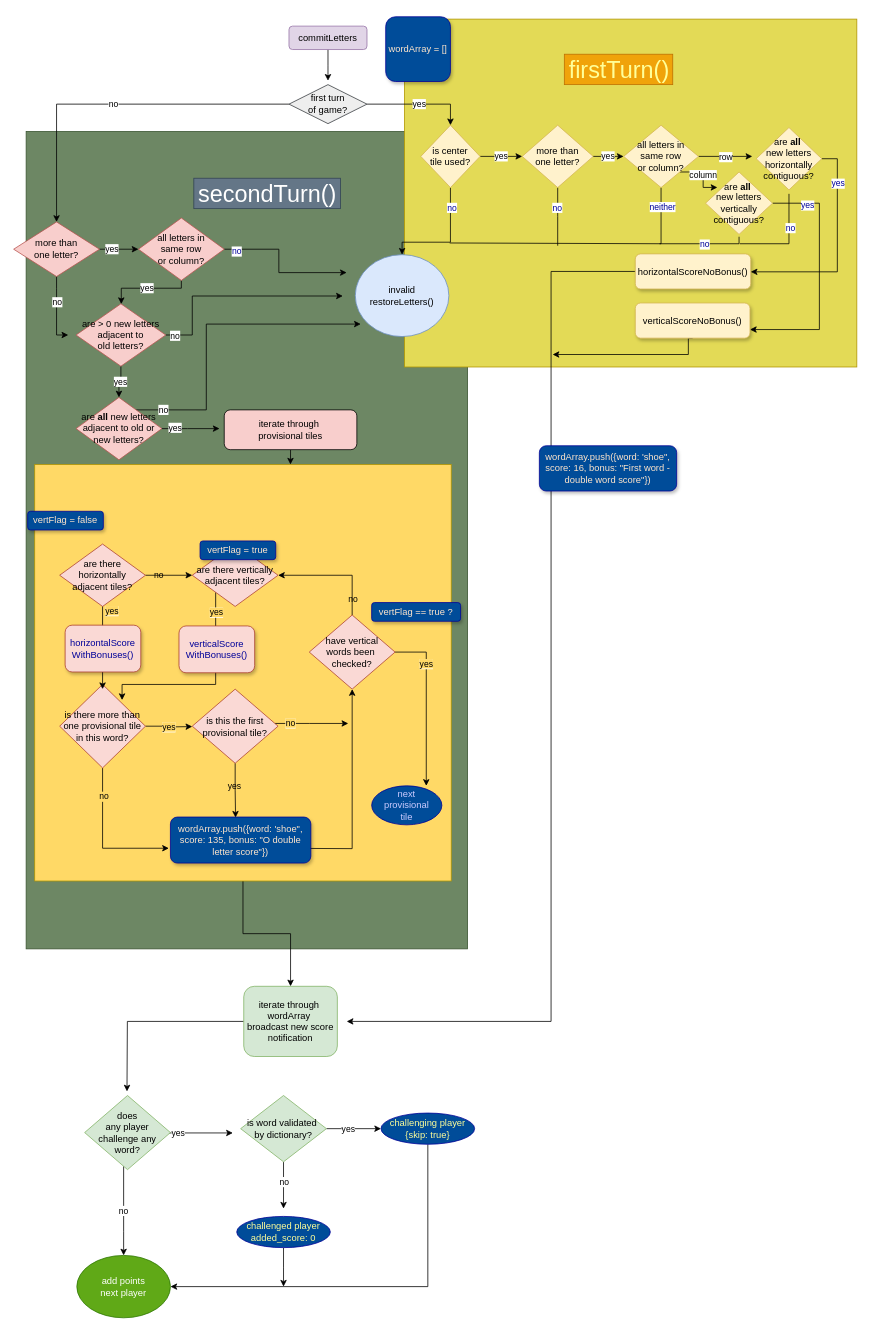
Before: scrooble_scoring.drawio in davebenjoya/scrooble, a draw.io diagram. Source tidied: cells renumbered, new cells numbered last; positions are measured from the earlier drawing's top-left corner, leaving out a move shared by most shapes. Both pictures are drawn from the tidied source at 78%, with x=0, y=0 at pixel (13, 16).
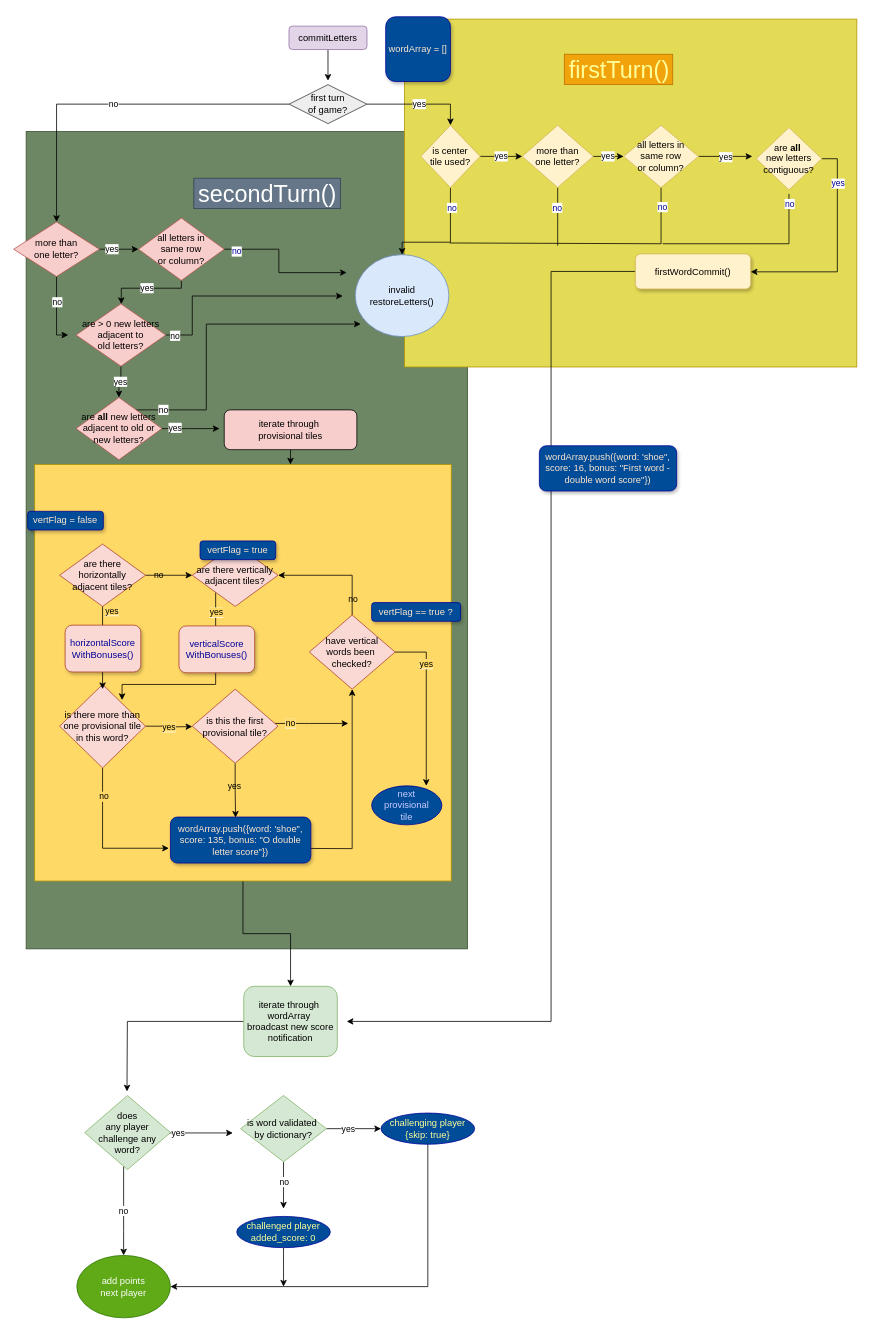
The same page after the edit.

Unchanged cells that the change refers to:
```xml
<mxCell id="34" style="edgeStyle=orthogonalEdgeStyle;rounded=0;jettySize=auto;html=1;endArrow=none;endFill=0;fillColor=#00FFFF;gradientColor=#9933FF;fontColor=#000099;" parent="1" edge="1" source="36">
  <mxGeometry relative="1" as="geometry">
    <mxPoint x="559" y="290" as="targetPoint" />
    <Array as="points">
      <mxPoint x="830" y="291" />
    </Array>
  </mxGeometry>
</mxCell>
<mxCell id="36" value="all letters in&lt;br&gt;same row&lt;br&gt;or column?" style="rhombus;whiteSpace=wrap;html=1;fillColor=#fff2cc;strokeColor=#d6b656;" parent="1" vertex="1">
  <mxGeometry x="782" y="139" width="96" height="80" as="geometry" />
</mxCell>
```

Change to the diagram source:
```diff
@@
-    <mxCell id="32" value="row" style="edgeStyle=orthogonalEdgeStyle;rounded=0;jettySize=auto;html=1;exitX=1;exitY=0.5;exitDx=0;exitDy=0;startArrow=none;startFill=0;endArrow=classic;endFill=1;" parent="1" edge="1" source="36">
+    <mxCell id="32" value="yes" style="edgeStyle=orthogonalEdgeStyle;rounded=0;jettySize=auto;html=1;exitX=1;exitY=0.5;exitDx=0;exitDy=0;startArrow=none;startFill=0;endArrow=classic;endFill=1;" parent="1" edge="1" source="36">
       <mxGeometry relative="1" as="geometry">
         <mxPoint x="947" y="179" as="targetPoint" />
       </mxGeometry>
     </mxCell>
-    <mxCell id="33" value="column" style="edgeStyle=orthogonalEdgeStyle;rounded=0;jettySize=auto;html=1;exitX=1;exitY=1;exitDx=0;exitDy=0;endArrow=classic;endFill=1;fillColor=#00FFFF;gradientColor=#9933FF;" parent="1" edge="1" source="36">
-      <mxGeometry relative="1" as="geometry">
-        <mxPoint x="902.2" y="218.8" as="targetPoint" />
-        <Array as="points">
-          <mxPoint x="884" y="199" />
-          <mxPoint x="884" y="219" />
-        </Array>
-      </mxGeometry>
-    </mxCell>
@@
-    <mxCell id="35" value="neither" style="edgeLabel;html=1;align=center;verticalAlign=middle;fontColor=#000099;" parent="34" vertex="1">
+    <mxCell id="35" value="no" style="edgeLabel;html=1;align=center;verticalAlign=middle;fontColor=#000099;" parent="34" vertex="1">
       <mxGeometry x="-0.92" y="1" relative="1" as="geometry">
         <mxPoint y="10" as="offset" />
       </mxGeometry>
     </mxCell>
@@
-    <mxCell id="41" style="edgeStyle=orthogonalEdgeStyle;rounded=0;orthogonalLoop=1;jettySize=auto;html=1;exitX=0.5;exitY=1;exitDx=0;exitDy=0;endArrow=none;endFill=0;fillColor=#00FFFF;gradientColor=#9933FF;fontColor=#000099;" parent="1" edge="1">
-      <mxGeometry relative="1" as="geometry">
-        <mxPoint x="930" y="282" as="sourcePoint" />
-        <mxPoint x="828" y="291" as="targetPoint" />
-        <Array as="points">
-          <mxPoint x="930" y="291" />
-        </Array>
-      </mxGeometry>
-    </mxCell>
-    <mxCell id="42" value="no" style="edgeLabel;html=1;align=center;verticalAlign=middle;fontColor=#000099;" parent="41" vertex="1">
-      <mxGeometry x="-0.02" relative="1" as="geometry" />
-    </mxCell>
-    <mxCell id="43" style="edgeStyle=orthogonalEdgeStyle;rounded=0;jettySize=auto;html=1;endArrow=classic;endFill=1;fillColor=#00FFFF;gradientColor=#9933FF;fontColor=#000099;" parent="1" edge="1" source="45" target="91">
-      <mxGeometry relative="1" as="geometry">
-        <Array as="points">
-          <mxPoint x="1033" y="239" />
-          <mxPoint x="1033" y="401" />
-        </Array>
-      </mxGeometry>
-    </mxCell>
-    <mxCell id="44" value="yes" style="edgeLabel;html=1;align=center;verticalAlign=middle;fontColor=#000099;" parent="43" vertex="1">
-      <mxGeometry x="-0.72" y="-2" relative="1" as="geometry" />
-    </mxCell>
-    <mxCell id="45" value="are&amp;nbsp;&lt;b&gt;all&lt;/b&gt;&amp;nbsp;&lt;br&gt;new letters&lt;br&gt;vertically&lt;br&gt;contiguous?" style="rhombus;whiteSpace=wrap;html=1;fillColor=#fff2cc;strokeColor=#d6b656;" parent="1" vertex="1">
-      <mxGeometry x="887" y="199" width="86" height="80" as="geometry" />
-    </mxCell>
@@
-    <mxCell id="89" value="&lt;font&gt;horizontalScoreNoBonus()&lt;/font&gt;" style="rounded=1;whiteSpace=wrap;html=1;shadow=1;glass=0;sketch=0;strokeColor=#d6b656;fillColor=#fff2cc;" parent="1" vertex="1">
+    <mxCell id="89" value="&lt;font&gt;firstWordCommit()&lt;/font&gt;" style="rounded=1;whiteSpace=wrap;html=1;shadow=1;glass=0;sketch=0;strokeColor=#d6b656;fillColor=#fff2cc;" parent="1" vertex="1">
       <mxGeometry x="797" y="304" width="148" height="45" as="geometry" />
     </mxCell>
-    <mxCell id="90" style="edgeStyle=orthogonalEdgeStyle;rounded=0;jettySize=auto;html=1;exitX=0.5;exitY=1;exitDx=0;exitDy=0;endArrow=classic;endFill=1;fillColor=#00FFFF;gradientColor=#9933FF;fontColor=#000099;" parent="1" edge="1" source="91">
-      <mxGeometry relative="1" as="geometry">
-        <mxPoint x="691" y="433" as="targetPoint" />
-        <Array as="points">
-          <mxPoint x="865" y="412" />
-          <mxPoint x="865" y="433" />
-          <mxPoint x="691" y="433" />
-        </Array>
-      </mxGeometry>
-    </mxCell>
-    <mxCell id="91" value="&lt;font&gt;verticalScoreNoBonus()&lt;/font&gt;" style="rounded=1;whiteSpace=wrap;html=1;shadow=1;glass=0;sketch=0;strokeColor=#d6b656;fillColor=#fff2cc;" parent="1" vertex="1">
-      <mxGeometry x="797" y="367" width="147" height="45" as="geometry" />
-    </mxCell>
     <mxCell id="92" style="edgeStyle=orthogonalEdgeStyle;rounded=0;orthogonalLoop=1;jettySize=auto;html=1;endArrow=none;endFill=0;fillColor=#00FFFF;gradientColor=#9933FF;fontColor=#000099;" parent="1" edge="1">
       <mxGeometry relative="1" as="geometry">
         <mxPoint x="994" y="227" as="sourcePoint" />
-        <mxPoint x="931" y="291" as="targetPoint" />
+        <mxPoint x="832" y="291" as="targetPoint" />
         <Array as="points">
           <mxPoint x="994" y="291" />
         </Array>
       </mxGeometry>
     </mxCell>
     <mxCell id="93" value="no" style="edgeLabel;html=1;align=center;verticalAlign=middle;fontColor=#000099;" parent="92" vertex="1">
-      <mxGeometry x="-0.33" y="1" relative="1" as="geometry" />
+      <mxGeometry x="-0.33" y="1" relative="1" as="geometry">
+        <mxPoint x="12" y="-53" as="offset" />
+      </mxGeometry>
     </mxCell>
@@
-    <mxCell id="96" value="are&amp;nbsp;&lt;b&gt;all&lt;/b&gt;&amp;nbsp;&lt;br&gt;new letters&lt;br&gt;horizontally&lt;br&gt;contiguous?" style="rhombus;whiteSpace=wrap;html=1;fillColor=#fff2cc;strokeColor=#d6b656;" parent="1" vertex="1">
+    <mxCell id="96" value="are&amp;nbsp;&lt;b&gt;all&lt;/b&gt;&amp;nbsp;&lt;br&gt;new letters&lt;br&gt;contiguous?" style="rhombus;whiteSpace=wrap;html=1;fillColor=#fff2cc;strokeColor=#d6b656;" parent="1" vertex="1">
       <mxGeometry x="952" y="142" width="84" height="80" as="geometry" />
     </mxCell>
```
